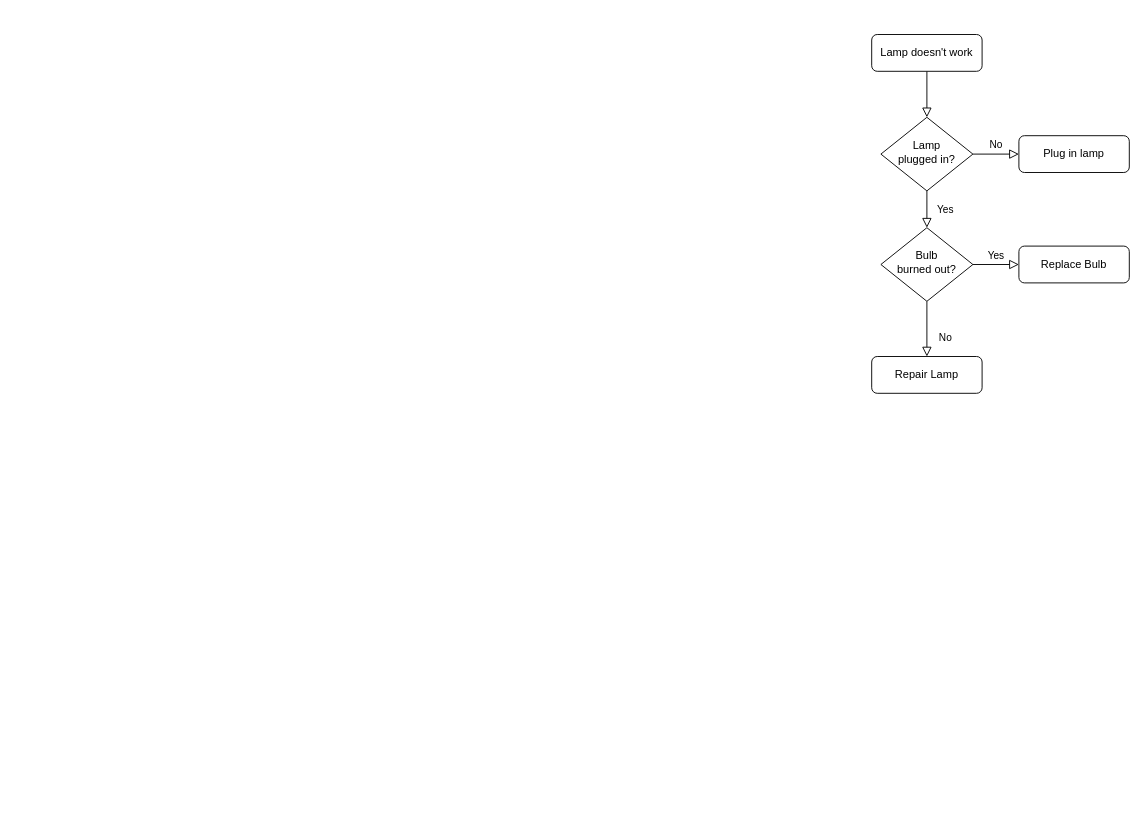
The draw.io diagram Search Algo.drawio in avgor80/stuff, before the edit. Source tidied: cells renumbered, new cells numbered last; positions are measured from the earlier drawing's top-left corner, leaving out a move shared by most shapes. Both pictures are drawn from the tidied source at 92%, with x=0, y=0 at pixel (871, 34).
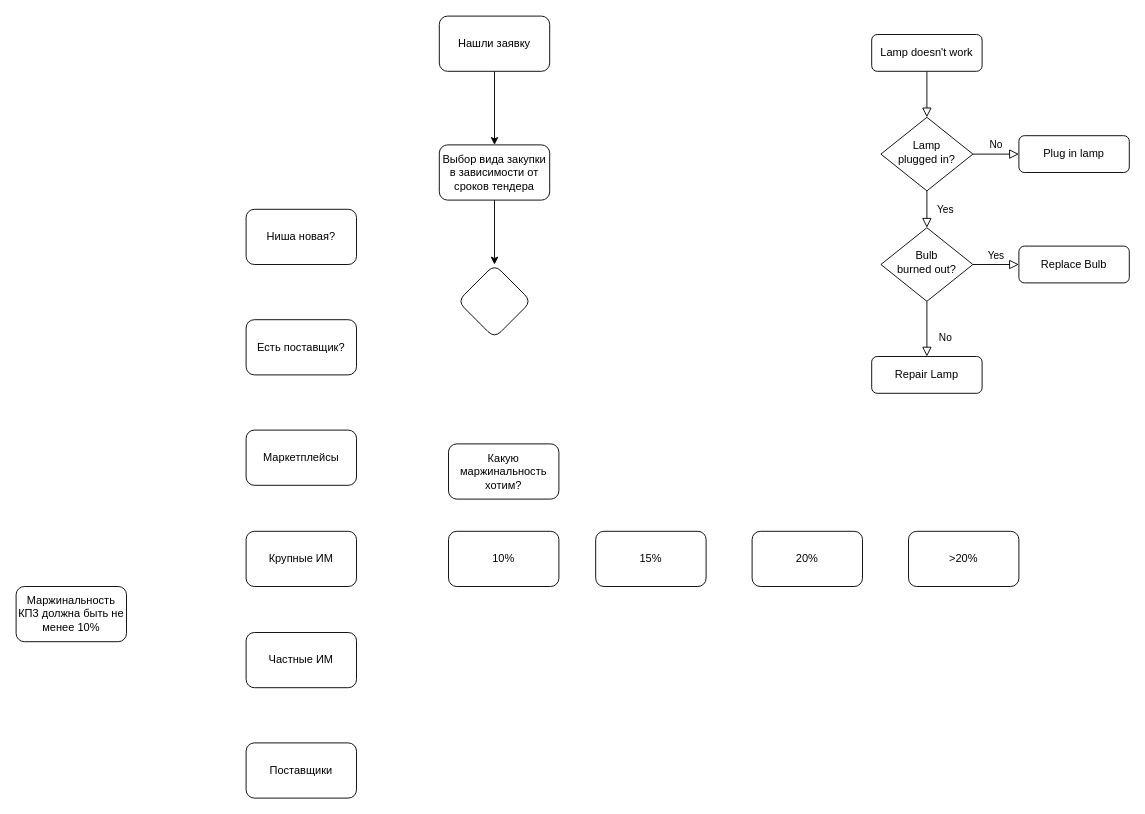
Above is the later version.

What changed in the source:
```diff
@@
+    <mxCell id="13" style="edgeStyle=orthogonalEdgeStyle;rounded=0;jettySize=auto;html=1;" parent="1" edge="1" source="14" target="16">
+      <mxGeometry relative="1" as="geometry" />
+    </mxCell>
+    <mxCell id="14" value="Нашли заявку" style="rounded=1;whiteSpace=wrap;html=1;" parent="1" vertex="1">
+      <mxGeometry x="-470" y="-20" width="120" height="60" as="geometry" />
+    </mxCell>
+    <mxCell id="15" style="edgeStyle=orthogonalEdgeStyle;rounded=0;jettySize=auto;html=1;" parent="1" edge="1" source="16" target="17">
+      <mxGeometry relative="1" as="geometry" />
+    </mxCell>
+    <mxCell id="16" value="Выбор вида закупки в зависимости от сроков тендера" style="whiteSpace=wrap;html=1;rounded=1;" parent="1" vertex="1">
+      <mxGeometry x="-470" y="120" width="120" height="60" as="geometry" />
+    </mxCell>
+    <mxCell id="17" style="rhombus;whiteSpace=wrap;html=1;rounded=1;" parent="1" vertex="1">
+      <mxGeometry x="-450" y="250" width="80" height="80" as="geometry" />
+    </mxCell>
+    <mxCell id="18" value="Ниша новая?" style="rounded=1;whiteSpace=wrap;html=1;" parent="1" vertex="1">
+      <mxGeometry x="-680" y="190" width="120" height="60" as="geometry" />
+    </mxCell>
+    <mxCell id="19" value="Есть поставщик?" style="rounded=1;whiteSpace=wrap;html=1;" parent="1" vertex="1">
+      <mxGeometry x="-680" y="310" width="120" height="60" as="geometry" />
+    </mxCell>
+    <mxCell id="20" value="Маркетплейсы" style="rounded=1;whiteSpace=wrap;html=1;" parent="1" vertex="1">
+      <mxGeometry x="-680" y="430" width="120" height="60" as="geometry" />
+    </mxCell>
+    <mxCell id="21" value="Крупные ИМ" style="rounded=1;whiteSpace=wrap;html=1;" parent="1" vertex="1">
+      <mxGeometry x="-680" y="540" width="120" height="60" as="geometry" />
+    </mxCell>
+    <mxCell id="22" value="Частные ИМ" style="rounded=1;whiteSpace=wrap;html=1;" parent="1" vertex="1">
+      <mxGeometry x="-680" y="650" width="120" height="60" as="geometry" />
+    </mxCell>
+    <mxCell id="23" value="Какую маржинальность хотим?" style="rounded=1;whiteSpace=wrap;html=1;" parent="1" vertex="1">
+      <mxGeometry x="-460" y="445" width="120" height="60" as="geometry" />
+    </mxCell>
+    <mxCell id="24" value="10%" style="rounded=1;whiteSpace=wrap;html=1;" parent="1" vertex="1">
+      <mxGeometry x="-460" y="540" width="120" height="60" as="geometry" />
+    </mxCell>
+    <mxCell id="25" value="15%" style="rounded=1;whiteSpace=wrap;html=1;" parent="1" vertex="1">
+      <mxGeometry x="-300" y="540" width="120" height="60" as="geometry" />
+    </mxCell>
+    <mxCell id="26" value="20%" style="rounded=1;whiteSpace=wrap;html=1;" parent="1" vertex="1">
+      <mxGeometry x="-130" y="540" width="120" height="60" as="geometry" />
+    </mxCell>
+    <mxCell id="27" value="&amp;gt;20%" style="rounded=1;whiteSpace=wrap;html=1;" parent="1" vertex="1">
+      <mxGeometry x="40" y="540" width="120" height="60" as="geometry" />
+    </mxCell>
+    <mxCell id="28" value="Поставщики" style="rounded=1;whiteSpace=wrap;html=1;" parent="1" vertex="1">
+      <mxGeometry x="-680" y="770" width="120" height="60" as="geometry" />
+    </mxCell>
+    <mxCell id="29" value="Маржинальность КП3 должна быть не менее 10%" style="rounded=1;whiteSpace=wrap;html=1;" parent="1" vertex="1">
+      <mxGeometry x="-930" y="600" width="120" height="60" as="geometry" />
+    </mxCell>
```
